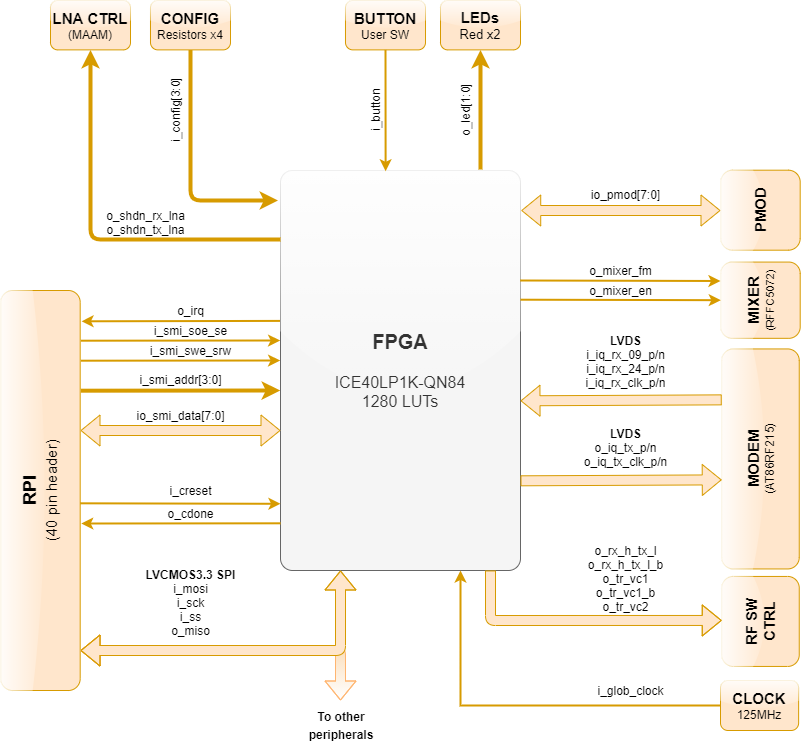
cariboulabs/cariboulite keeps this draw.io diagram as docs/fpga/system_view.png. Above is the earlier version. Source tidied: cells renumbered, new cells last; positions are measured from the earlier drawing's top-left corner, leaving out a move shared by most shapes.
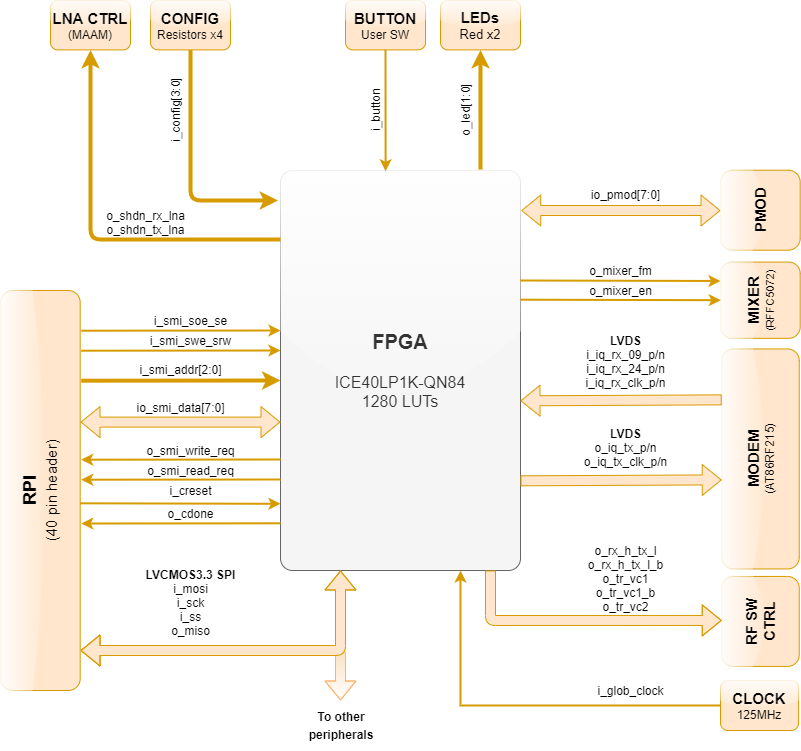
After the change.

Commit message:
updated system diagrams

Diff of the diagram source:
```diff
@@ -152,65 +152,77 @@
     </mxCell>
     <mxCell id="40" style="shape=flexArrow;endArrow=classic;startArrow=classic;html=1;strokeWidth=1;entryX=0;entryY=0.75;entryDx=0;entryDy=0;fillColor=#ffe6cc;strokeColor=#d79b00;" parent="1" edge="1">
       <mxGeometry relative="1" as="geometry">
-        <mxPoint x="240" y="430" as="sourcePoint" />
-        <mxPoint x="440" y="430" as="targetPoint" />
+        <mxPoint x="240" y="421.6" as="sourcePoint" />
+        <mxPoint x="440" y="421.6" as="targetPoint" />
       </mxGeometry>
     </mxCell>
     <mxCell id="41" value="io_smi_data[7:0]" style="text;html=1;align=center;verticalAlign=middle;" parent="1" vertex="1">
-      <mxGeometry x="290" y="405.4" width="100" height="20" as="geometry" />
+      <mxGeometry x="290" y="397" width="100" height="20" as="geometry" />
     </mxCell>
     <mxCell id="42" style="endArrow=none;html=1;entryX=1.003;entryY=0.888;entryDx=0;entryDy=0;entryPerimeter=0;startArrow=classic;startFill=1;endFill=0;strokeWidth=4;fillColor=#ffe6cc;strokeColor=#d79b00;" parent="1" edge="1">
       <mxGeometry relative="1" as="geometry">
-        <mxPoint x="439.6" y="390" as="sourcePoint" />
-        <mxPoint x="240.4" y="390.2" as="targetPoint" />
+        <mxPoint x="440" y="380" as="sourcePoint" />
+        <mxPoint x="240.7" y="380.2" as="targetPoint" />
       </mxGeometry>
     </mxCell>
-    <mxCell id="43" value="i_smi_addr[3:0]" style="text;html=1;align=center;verticalAlign=middle;" parent="1" vertex="1">
-      <mxGeometry x="290" y="369" width="100" height="20" as="geometry" />
+    <mxCell id="43" value="i_smi_addr[2:0]" style="text;html=1;align=center;verticalAlign=middle;" parent="1" vertex="1">
+      <mxGeometry x="290.4" y="359" width="100" height="20" as="geometry" />
     </mxCell>
     <mxCell id="44" style="endArrow=none;html=1;entryX=1.003;entryY=0.888;entryDx=0;entryDy=0;entryPerimeter=0;startArrow=classic;startFill=1;endFill=0;strokeWidth=2;fillColor=#ffe6cc;strokeColor=#d79b00;" parent="1" edge="1">
       <mxGeometry relative="1" as="geometry">
-        <mxPoint x="439.6" y="360" as="sourcePoint" />
-        <mxPoint x="240.4" y="360.2" as="targetPoint" />
+        <mxPoint x="440" y="350" as="sourcePoint" />
+        <mxPoint x="240.7" y="350.2" as="targetPoint" />
       </mxGeometry>
     </mxCell>
     <mxCell id="45" style="endArrow=none;html=1;entryX=1.003;entryY=0.888;entryDx=0;entryDy=0;entryPerimeter=0;startArrow=classic;startFill=1;endFill=0;strokeWidth=2;fillColor=#ffe6cc;strokeColor=#d79b00;" parent="1" edge="1">
       <mxGeometry relative="1" as="geometry">
-        <mxPoint x="439.6" y="340" as="sourcePoint" />
-        <mxPoint x="240.4" y="340.2" as="targetPoint" />
+        <mxPoint x="440" y="330" as="sourcePoint" />
+        <mxPoint x="240.7" y="330.2" as="targetPoint" />
       </mxGeometry>
     </mxCell>
     <mxCell id="46" value="i_smi_swe_srw" style="text;html=1;align=center;verticalAlign=middle;" parent="1" vertex="1">
-      <mxGeometry x="300" y="340" width="100" height="20" as="geometry" />
+      <mxGeometry x="300.4" y="330" width="100" height="20" as="geometry" />
     </mxCell>
     <mxCell id="47" value="i_smi_soe_se" style="text;html=1;align=center;verticalAlign=middle;" parent="1" vertex="1">
-      <mxGeometry x="305" y="320" width="90" height="20" as="geometry" />
+      <mxGeometry x="305.4" y="310" width="90" height="20" as="geometry" />
     </mxCell>
-    <mxCell id="48" style="endArrow=none;html=1;entryX=-0.002;entryY=0.376;entryDx=0;entryDy=0;entryPerimeter=0;startArrow=classic;startFill=1;endFill=0;strokeWidth=2;fillColor=#ffe6cc;strokeColor=#d79b00;exitX=0.923;exitY=1.017;exitDx=0;exitDy=0;exitPerimeter=0;" parent="1" edge="1" source="4" target="2">
-      <mxGeometry relative="1" as="geometry" />
+    <mxCell id="48" style="shape=flexArrow;endArrow=classic;startArrow=classic;html=1;strokeWidth=1;fillColor=#fad7ac;sketch=0;gradientColor=#ffffff;strokeColor=#FFB570;" parent="1" edge="1">
+      <mxGeometry relative="1" as="geometry">
+        <mxPoint x="240" y="650" as="sourcePoint" />
+        <mxPoint x="500" y="700" as="targetPoint" />
+        <Array as="points">
+          <mxPoint x="500" y="650" />
+        </Array>
+      </mxGeometry>
     </mxCell>
-    <mxCell id="49" value="o_irq" style="text;html=1;align=center;verticalAlign=middle;" parent="1" vertex="1">
-      <mxGeometry x="330" y="300" width="40" height="20" as="geometry" />
+    <mxCell id="49" style="shape=flexArrow;endArrow=classic;startArrow=classic;html=1;strokeWidth=1;entryX=0.25;entryY=1;entryDx=0;entryDy=0;fillColor=#ffe6cc;strokeColor=#d79b00;" parent="1" edge="1" target="2">
+      <mxGeometry relative="1" as="geometry">
+        <mxPoint x="240" y="650" as="sourcePoint" />
+        <Array as="points">
+          <mxPoint x="500" y="650" />
+        </Array>
+      </mxGeometry>
     </mxCell>
-    <mxCell id="50" style="shape=flexArrow;endArrow=classic;startArrow=classic;html=1;strokeWidth=1;fillColor=#fad7ac;sketch=0;gradientColor=#ffffff;strokeColor=#FFB570;" parent="1" edge="1">
-      <mxGeometry relative="1" as="geometry">
-        <mxPoint x="240" y="650" as="sourcePoint" />
-        <mxPoint x="500" y="700" as="targetPoint" />
-        <Array as="points">
-          <mxPoint x="500" y="650" />
-        </Array>
-      </mxGeometry>
+    <mxCell id="50" value="&lt;div style=&quot;text-align: center&quot;&gt;&lt;span style=&quot;font-size: 12px&quot;&gt;&lt;font face=&quot;helvetica&quot;&gt;&lt;b&gt;To other peripherals&lt;/b&gt;&lt;/font&gt;&lt;/span&gt;&lt;/div&gt;" style="text;whiteSpace=wrap;html=1;fontSize=15;" parent="1" vertex="1">
+      <mxGeometry x="450" y="700" width="100" height="50" as="geometry" />
     </mxCell>
-    <mxCell id="51" style="shape=flexArrow;endArrow=classic;startArrow=classic;html=1;strokeWidth=1;entryX=0.25;entryY=1;entryDx=0;entryDy=0;fillColor=#ffe6cc;strokeColor=#d79b00;" parent="1" edge="1" target="2">
+    <mxCell id="51" style="endArrow=classic;html=1;entryX=1.003;entryY=0.888;entryDx=0;entryDy=0;entryPerimeter=0;fillColor=#ffe6cc;strokeColor=#d79b00;strokeWidth=2;" parent="1" edge="1">
       <mxGeometry relative="1" as="geometry">
-        <mxPoint x="240" y="650" as="sourcePoint" />
-        <Array as="points">
-          <mxPoint x="500" y="650" />
-        </Array>
+        <mxPoint x="440" y="479" as="sourcePoint" />
+        <mxPoint x="240.7" y="479.2" as="targetPoint" />
       </mxGeometry>
     </mxCell>
-    <mxCell id="52" value="&lt;div style=&quot;text-align: center&quot;&gt;&lt;span style=&quot;font-size: 12px&quot;&gt;&lt;font face=&quot;helvetica&quot;&gt;&lt;b&gt;To other peripherals&lt;/b&gt;&lt;/font&gt;&lt;/span&gt;&lt;/div&gt;" style="text;whiteSpace=wrap;html=1;fontSize=15;" parent="1" vertex="1">
-      <mxGeometry x="450" y="700" width="100" height="50" as="geometry" />
+    <mxCell id="52" value="o_smi_read_req" style="text;html=1;align=center;verticalAlign=middle;" parent="1" vertex="1">
+      <mxGeometry x="300" y="460" width="100" height="20" as="geometry" />
     </mxCell>
+    <mxCell id="53" style="endArrow=classic;html=1;entryX=1.003;entryY=0.888;entryDx=0;entryDy=0;entryPerimeter=0;fillColor=#ffe6cc;strokeColor=#d79b00;strokeWidth=2;" parent="1" edge="1">
+      <mxGeometry relative="1" as="geometry">
+        <mxPoint x="440" y="459" as="sourcePoint" />
+        <mxPoint x="240.7" y="459.2" as="targetPoint" />
+      </mxGeometry>
+    </mxCell>
+    <mxCell id="54" value="o_smi_write_req" style="text;html=1;align=center;verticalAlign=middle;" parent="1" vertex="1">
+      <mxGeometry x="300" y="440" width="100" height="20" as="geometry" />
+    </mxCell>
   </root>
 </mxGraphModel>
```
